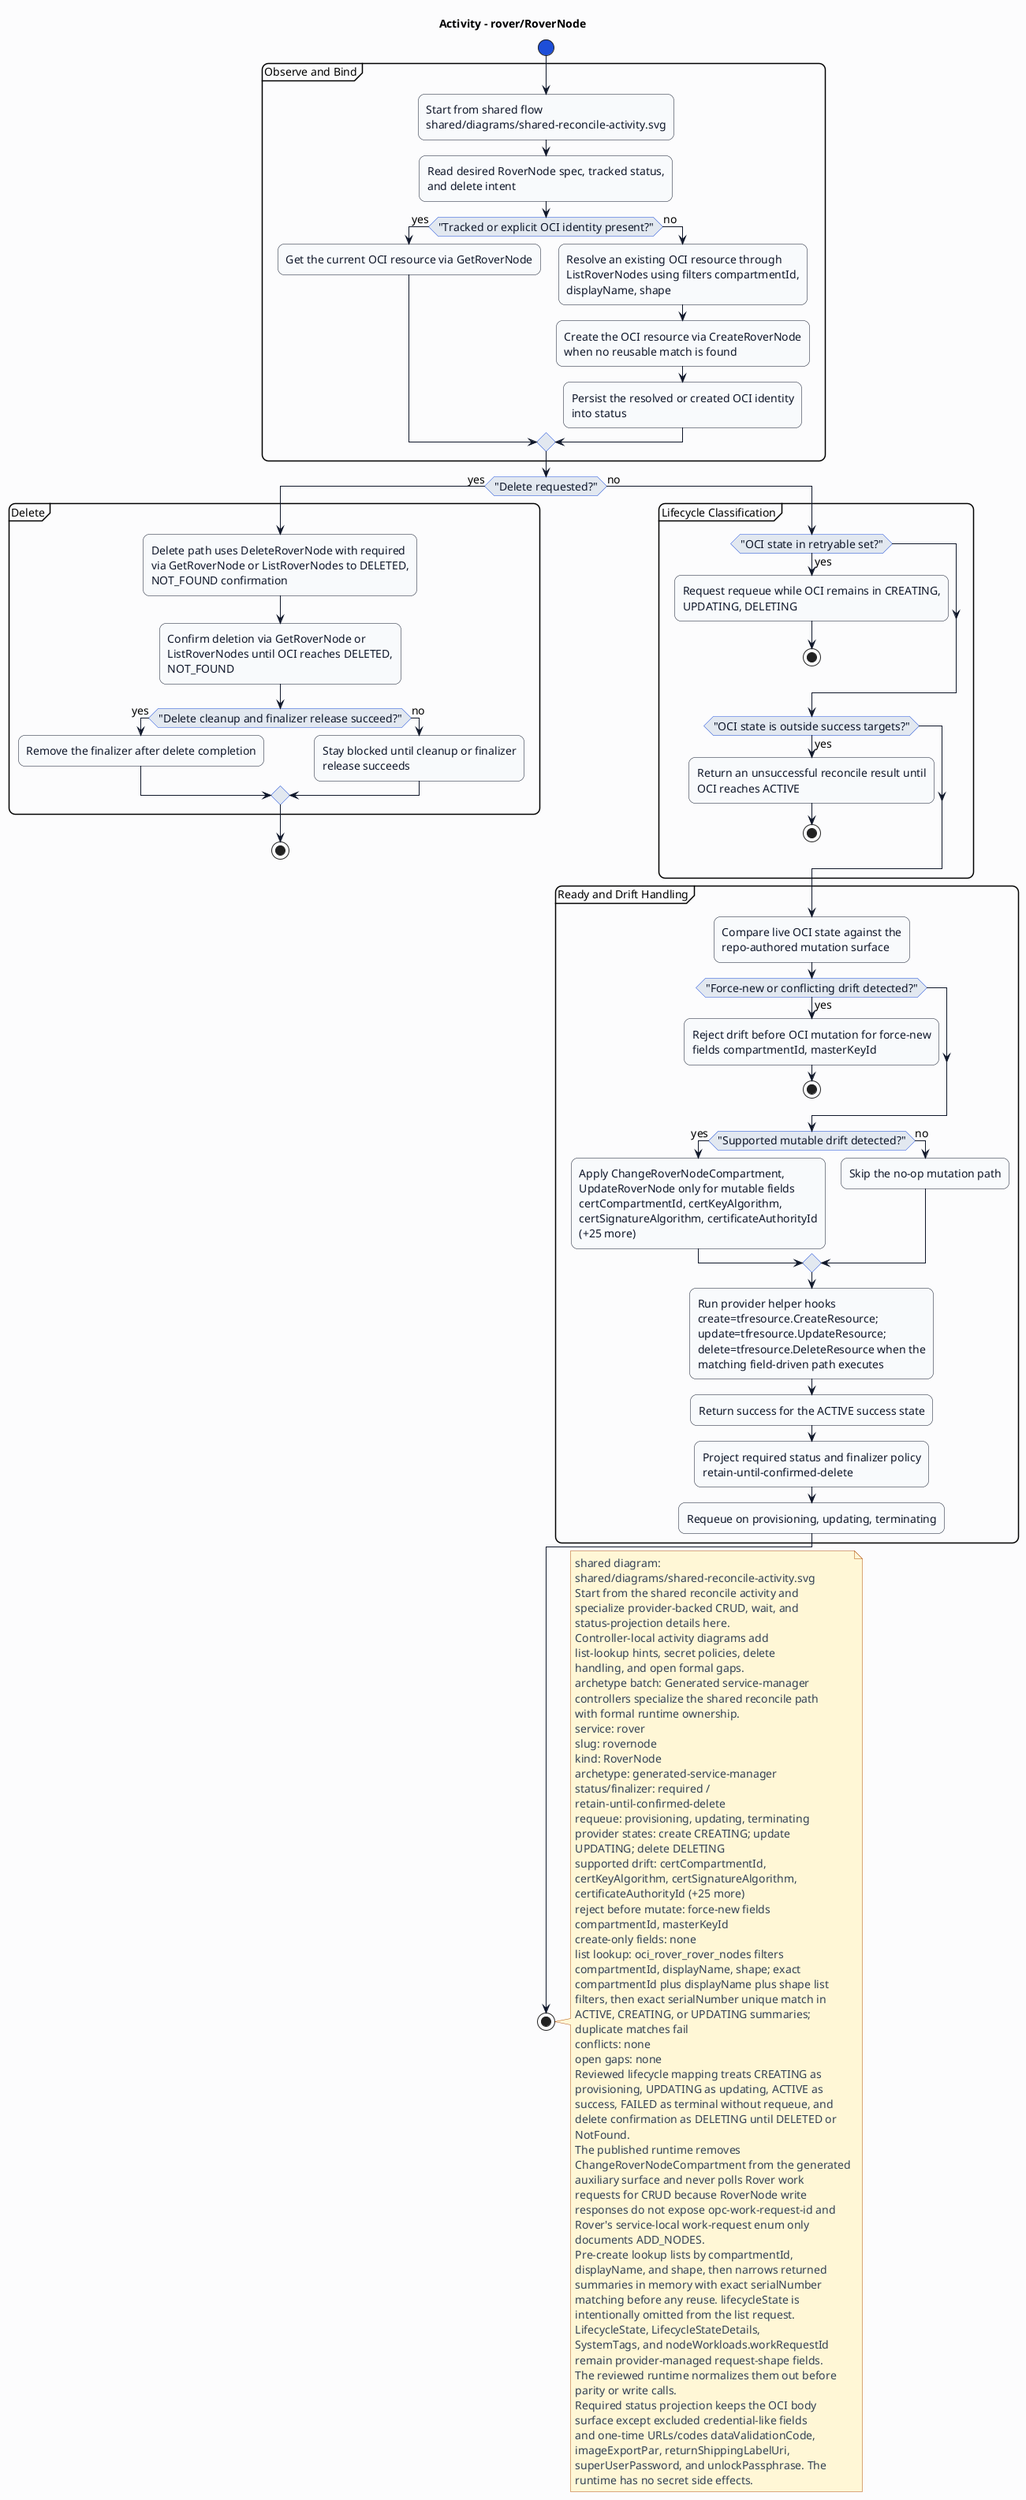
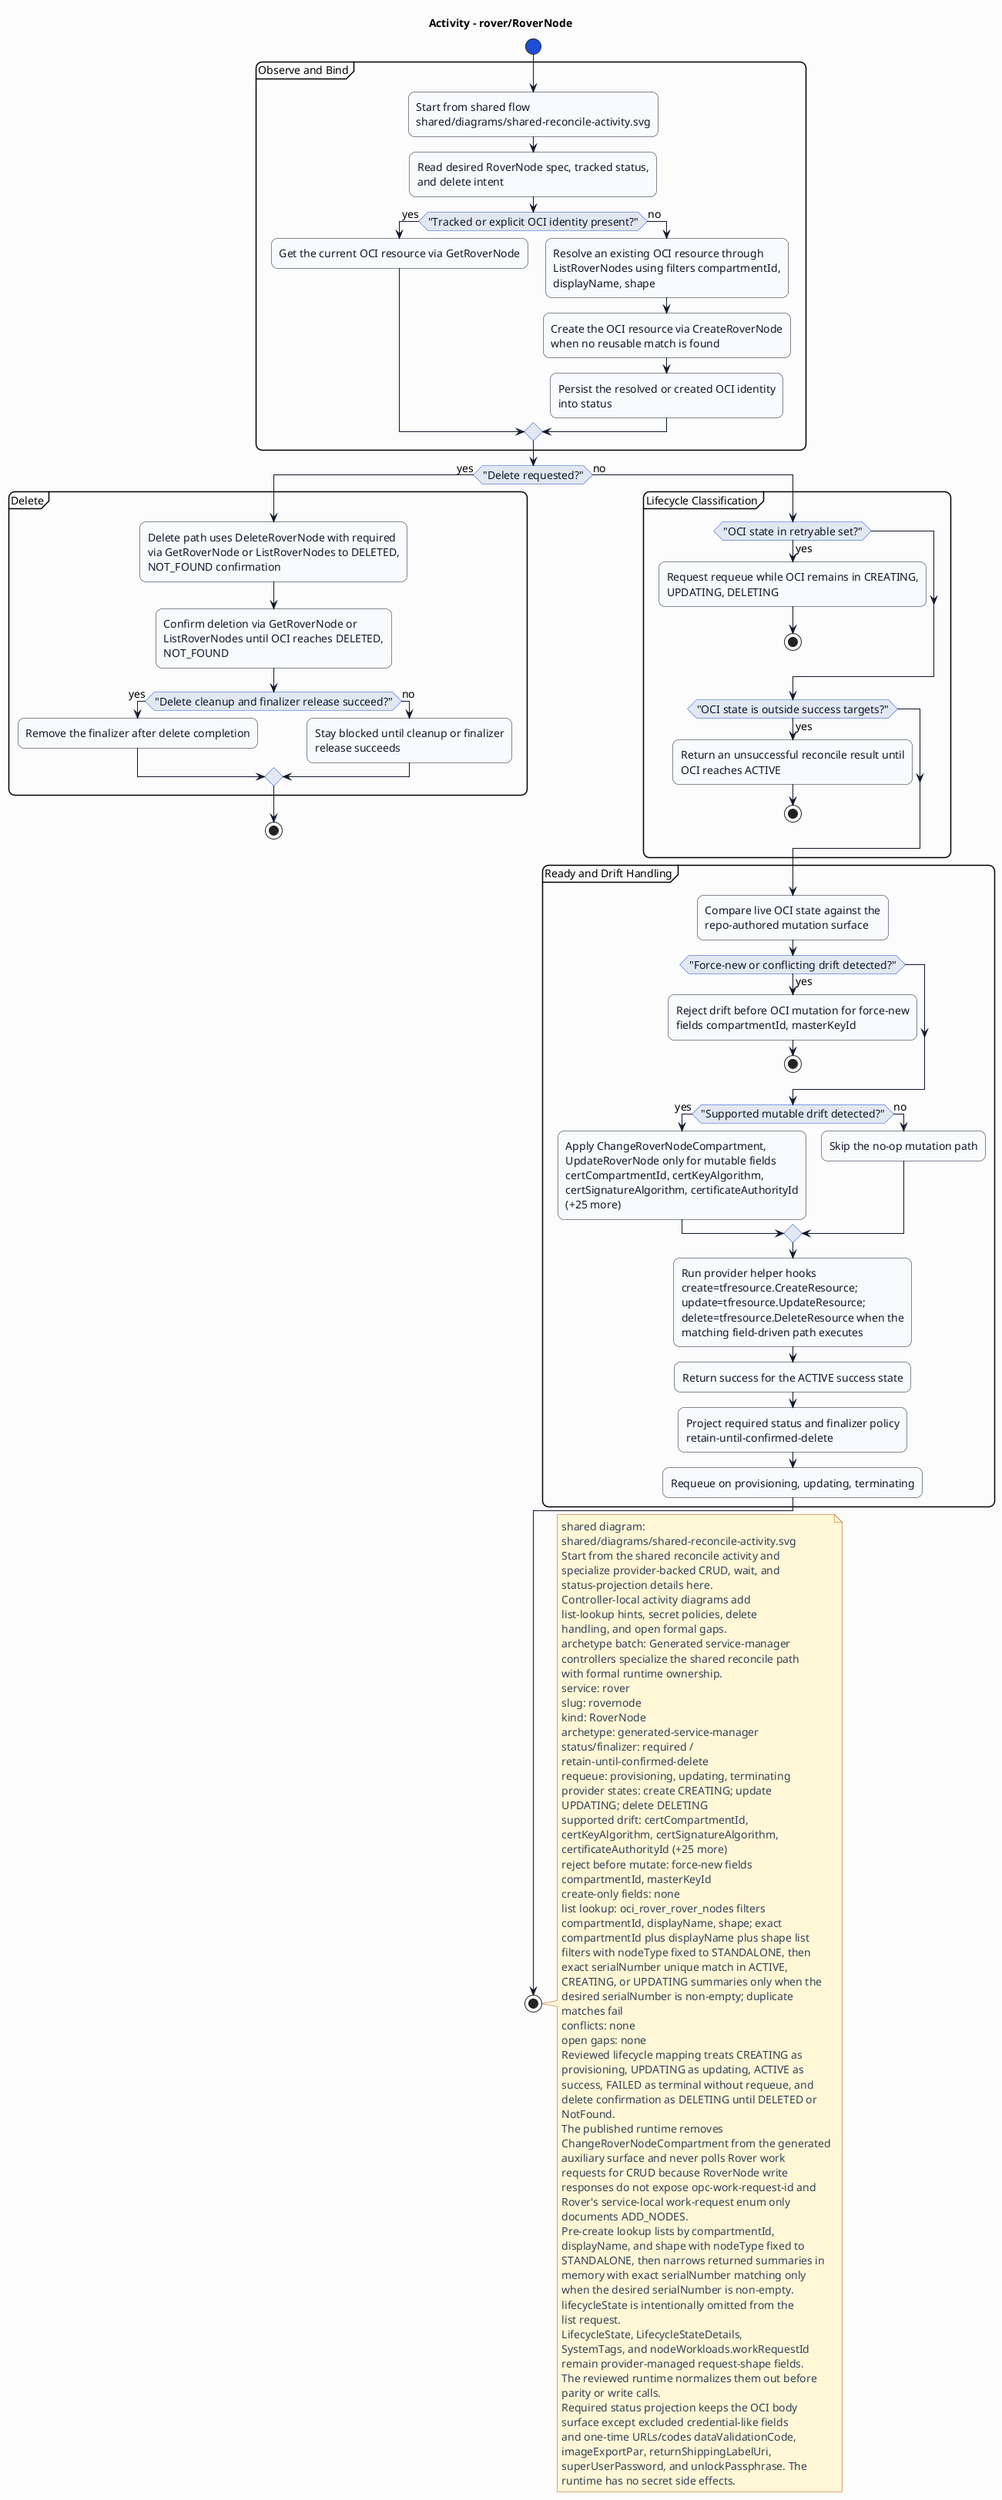
@startuml
skinparam shadowing false
skinparam backgroundColor #fcfcfd
skinparam defaultFontName Helvetica
skinparam defaultFontSize 14
skinparam arrowColor #0f172a
skinparam noteBackgroundColor #fff7d6
skinparam noteBorderColor #b45309
skinparam noteFontColor #334155
skinparam roundcorner 16
title Activity - rover/RoverNode
skinparam activity {
  backgroundColor #f8fafc
  borderColor #0f172a
  fontColor #0f172a
  diamondBackgroundColor #e2e8f0
  diamondBorderColor #1d4ed8
  diamondFontColor #0f172a
  startColor #1d4ed8
  endColor #0f172a
  barColor #1d4ed8
}
start
partition "Observe and Bind" {
:Start from shared flow\nshared/diagrams/shared-reconcile-activity.svg;
:Read desired RoverNode spec, tracked status,\nand delete intent;
if ("Tracked or explicit OCI identity present?") then (yes)
:Get the current OCI resource via GetRoverNode;
else (no)
:Resolve an existing OCI resource through\nListRoverNodes using filters compartmentId,\ndisplayName, shape;
:Create the OCI resource via CreateRoverNode\nwhen no reusable match is found;
:Persist the resolved or created OCI identity\ninto status;
endif
}
if ("Delete requested?") then (yes)
partition "Delete" {
:Delete path uses DeleteRoverNode with required\nvia GetRoverNode or ListRoverNodes to DELETED,\nNOT_FOUND confirmation;
:Confirm deletion via GetRoverNode or\nListRoverNodes until OCI reaches DELETED,\nNOT_FOUND;
if ("Delete cleanup and finalizer release succeed?") then (yes)
:Remove the finalizer after delete completion;
else (no)
:Stay blocked until cleanup or finalizer\nrelease succeeds;
endif
}
stop
else (no)
partition "Lifecycle Classification" {
if ("OCI state in retryable set?") then (yes)
:Request requeue while OCI remains in CREATING,\nUPDATING, DELETING;
stop
endif
if ("OCI state is outside success targets?") then (yes)
:Return an unsuccessful reconcile result until\nOCI reaches ACTIVE;
stop
endif
}
partition "Ready and Drift Handling" {
:Compare live OCI state against the\nrepo-authored mutation surface;
if ("Force-new or conflicting drift detected?") then (yes)
:Reject drift before OCI mutation for force-new\nfields compartmentId, masterKeyId;
stop
endif
if ("Supported mutable drift detected?") then (yes)
:Apply ChangeRoverNodeCompartment,\nUpdateRoverNode only for mutable fields\ncertCompartmentId, certKeyAlgorithm,\ncertSignatureAlgorithm, certificateAuthorityId\n(+25 more);
else (no)
:Skip the no-op mutation path;
endif
:Run provider helper hooks\ncreate=tfresource.CreateResource;\nupdate=tfresource.UpdateResource;\ndelete=tfresource.DeleteResource when the\nmatching field-driven path executes;
:Return success for the ACTIVE success state;
:Project required status and finalizer policy\nretain-until-confirmed-delete;
:Requeue on provisioning, updating, terminating;
}
endif
stop
note right
shared diagram:
shared/diagrams/shared-reconcile-activity.svg
Start from the shared reconcile activity and
specialize provider-backed CRUD, wait, and
status-projection details here.
Controller-local activity diagrams add
list-lookup hints, secret policies, delete
handling, and open formal gaps.
archetype batch: Generated service-manager
controllers specialize the shared reconcile path
with formal runtime ownership.
service: rover
slug: rovernode
kind: RoverNode
archetype: generated-service-manager
status/finalizer: required /
retain-until-confirmed-delete
requeue: provisioning, updating, terminating
provider states: create CREATING; update
UPDATING; delete DELETING
supported drift: certCompartmentId,
certKeyAlgorithm, certSignatureAlgorithm,
certificateAuthorityId (+25 more)
reject before mutate: force-new fields
compartmentId, masterKeyId
create-only fields: none
list lookup: oci_rover_rover_nodes filters
compartmentId, displayName, shape; exact
compartmentId plus displayName plus shape list
- filters, then exact serialNumber unique match in
- ACTIVE, CREATING, or UPDATING summaries;
- duplicate matches fail
+ filters with nodeType fixed to STANDALONE, then
+ exact serialNumber unique match in ACTIVE,
+ CREATING, or UPDATING summaries only when the
+ desired serialNumber is non-empty; duplicate
+ matches fail
conflicts: none
open gaps: none
Reviewed lifecycle mapping treats CREATING as
provisioning, UPDATING as updating, ACTIVE as
success, FAILED as terminal without requeue, and
delete confirmation as DELETING until DELETED or
NotFound.
The published runtime removes
ChangeRoverNodeCompartment from the generated
auxiliary surface and never polls Rover work
requests for CRUD because RoverNode write
responses do not expose opc-work-request-id and
Rover's service-local work-request enum only
documents ADD_NODES.
Pre-create lookup lists by compartmentId,
- displayName, and shape, then narrows returned
- summaries in memory with exact serialNumber
- matching before any reuse. lifecycleState is
- intentionally omitted from the list request.
+ displayName, and shape with nodeType fixed to
+ STANDALONE, then narrows returned summaries in
+ memory with exact serialNumber matching only
+ when the desired serialNumber is non-empty.
+ lifecycleState is intentionally omitted from the
+ list request.
LifecycleState, LifecycleStateDetails,
SystemTags, and nodeWorkloads.workRequestId
remain provider-managed request-shape fields.
The reviewed runtime normalizes them out before
parity or write calls.
Required status projection keeps the OCI body
surface except excluded credential-like fields
and one-time URLs/codes dataValidationCode,
imageExportPar, returnShippingLabelUri,
superUserPassword, and unlockPassphrase. The
runtime has no secret side effects.
end note
@enduml
